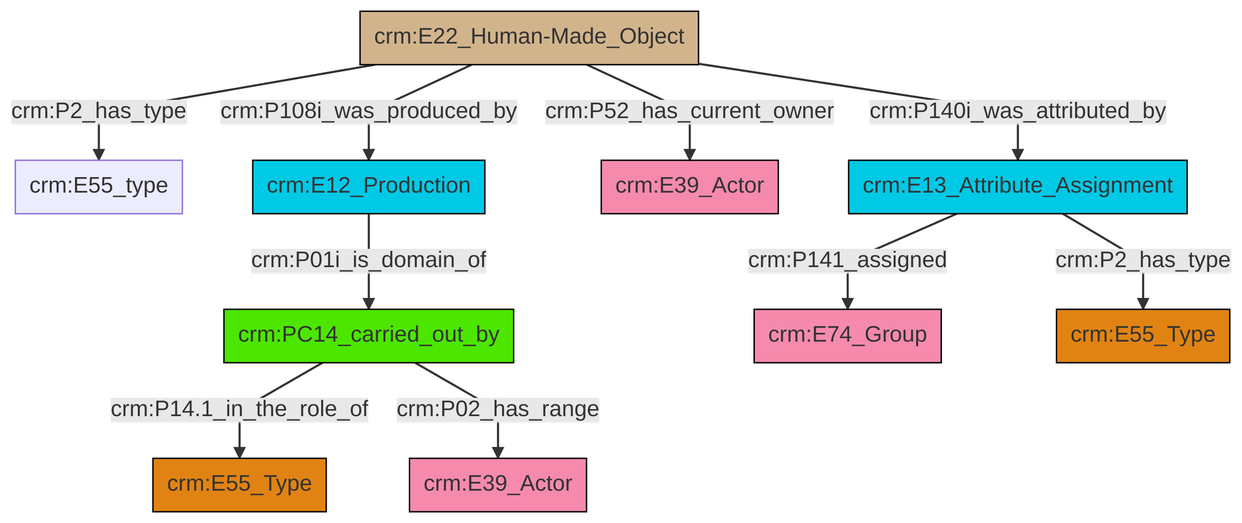
Earlier version of the Mermaid export et/builtWorkCSV/ttl/mmd/png/Built_Work_actor_relations.png (swiss-art-research-net/docs.swissartresearch). Its source is kept beside it as et/builtWorkCSV/ttl/mmd/Built_Work_actor_relations.ttl.mmd.
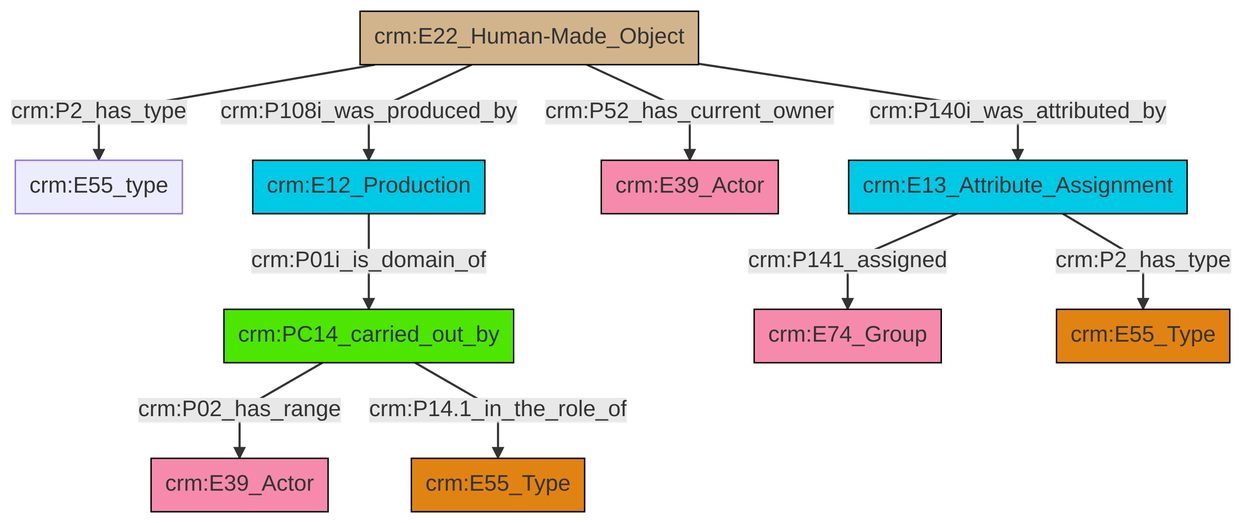
After the change.

Change to the diagram source:
```diff
@@ -13,12 +13,12 @@
 classDef PC_Classes fill:#4ce600, stroke:#000000;
 classDef Multi fill:#cccccc,stroke:#000000;
 
-4["crm:E22_Human-Made_Object"]:::Physical_Thing -->|crm:P140i_was_attributed_by| 5["crm:E13_Attribute_Assignment"]:::Temporal_Entity
-4["crm:E22_Human-Made_Object"]:::Physical_Thing -->|crm:P52_has_current_owner| 6["crm:E39_Actor"]:::Actor
-2["crm:PC14_carried_out_by"]:::PC_Classes -->|crm:P14.1_in_the_role_of| 8["crm:E55_Type"]:::Type
-5["crm:E13_Attribute_Assignment"]:::Temporal_Entity -->|crm:P141_assigned| 9["crm:E74_Group"]:::Actor
-4["crm:E22_Human-Made_Object"]:::Physical_Thing -->|crm:P108i_was_produced_by| 11["crm:E12_Production"]:::Temporal_Entity
-11["crm:E12_Production"]:::Temporal_Entity -->|crm:P01i_is_domain_of| 2["crm:PC14_carried_out_by"]:::PC_Classes
-5["crm:E13_Attribute_Assignment"]:::Temporal_Entity -->|crm:P2_has_type| 13["crm:E55_Type"]:::Type
-4["crm:E22_Human-Made_Object"]:::Physical_Thing -->|crm:P2_has_type| 0["crm:E55_type"]:::Default
-2["crm:PC14_carried_out_by"]:::PC_Classes -->|crm:P02_has_range| 19["crm:E39_Actor"]:::Actor
+0["crm:E22_Human-Made_Object"]:::Physical_Thing -->|crm:P2_has_type| 1["crm:E55_type"]:::Default
+0["crm:E22_Human-Made_Object"]:::Physical_Thing -->|crm:P108i_was_produced_by| 9["crm:E12_Production"]:::Temporal_Entity
+10["crm:PC14_carried_out_by"]:::PC_Classes -->|crm:P02_has_range| 11["crm:E39_Actor"]:::Actor
+0["crm:E22_Human-Made_Object"]:::Physical_Thing -->|crm:P52_has_current_owner| 5["crm:E39_Actor"]:::Actor
+10["crm:PC14_carried_out_by"]:::PC_Classes -->|crm:P14.1_in_the_role_of| 7["crm:E55_Type"]:::Type
+0["crm:E22_Human-Made_Object"]:::Physical_Thing -->|crm:P140i_was_attributed_by| 18["crm:E13_Attribute_Assignment"]:::Temporal_Entity
+18["crm:E13_Attribute_Assignment"]:::Temporal_Entity -->|crm:P141_assigned| 12["crm:E74_Group"]:::Actor
+18["crm:E13_Attribute_Assignment"]:::Temporal_Entity -->|crm:P2_has_type| 3["crm:E55_Type"]:::Type
+9["crm:E12_Production"]:::Temporal_Entity -->|crm:P01i_is_domain_of| 10["crm:PC14_carried_out_by"]:::PC_Classes
```
